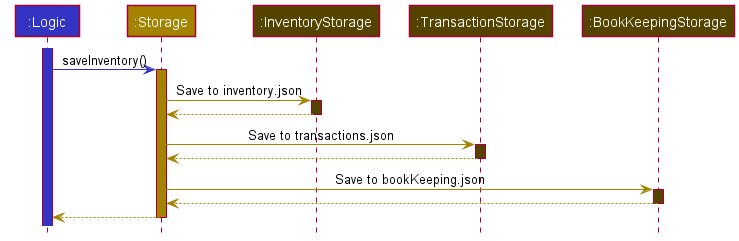
Before: docs/images/TransactOrderSequenceDiagram.png, a diagram exported from PlantUML (nus-cs2103-AY2122S1/tp).
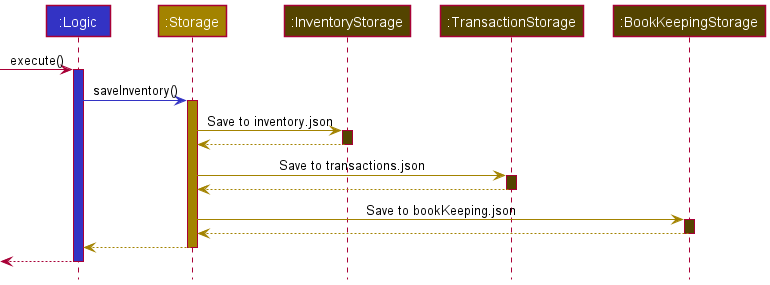
Later version of the same file.

Change to the diagram source:
```diff
@@ -8,8 +8,8 @@
 Participant ":TransactionStorage" as transactionStorage STORAGE_COLOR_T2
 Participant ":BookKeepingStorage" as bookKeepingStorage STORAGE_COLOR_T2
 
+-> logic :execute()
 activate logic LOGIC_COLOR
-
 
 logic -[LOGIC_COLOR]> storage : saveInventory()
 activate storage STORAGE_COLOR
@@ -32,4 +32,6 @@
 storage --[STORAGE_COLOR]> logic
 deactivate storage
 
+<-- logic
+deactivate logic
 @enduml
```
